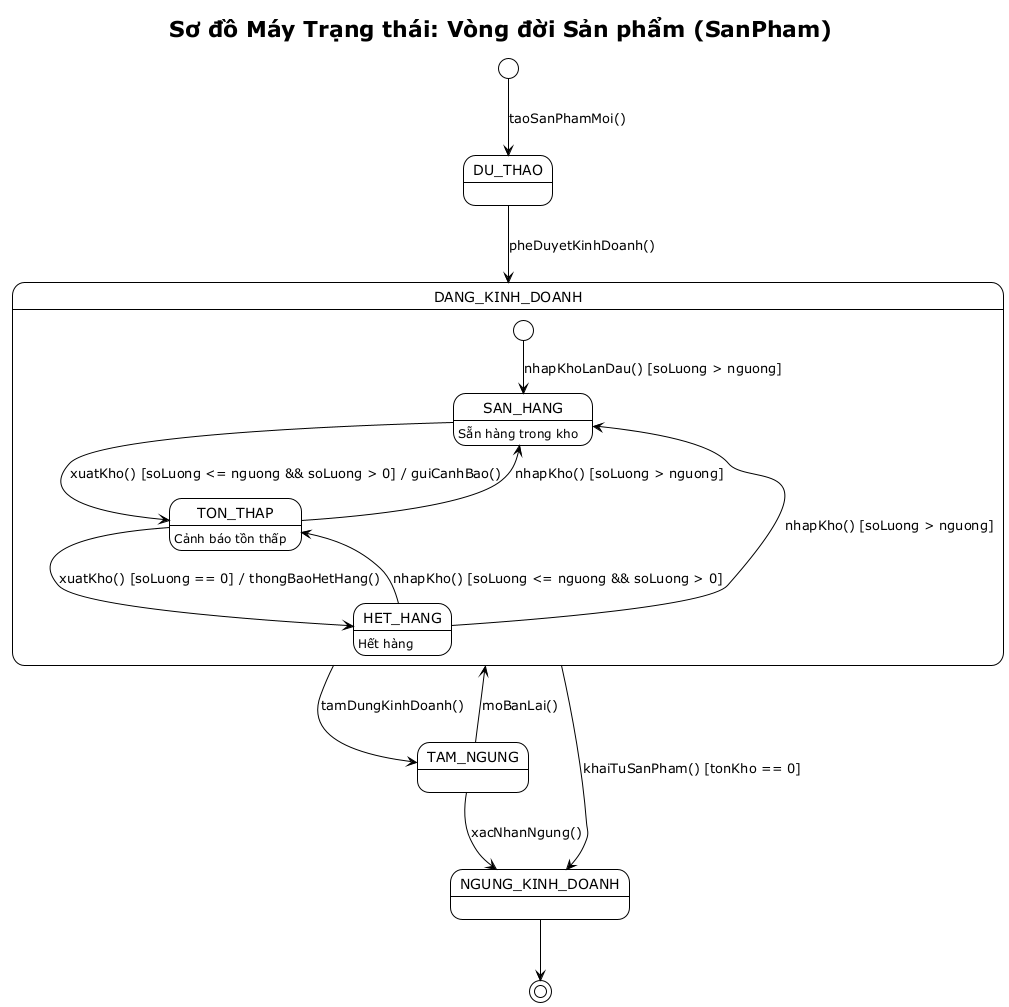
This is BTL-QuanLyKhoHang/diagrams/state-san-pham.png from vuhoabinh2416137/G8_Quanlysanphamvakhohang, a PlantUML export, as it was before one commit. Its diagram source:
```plantuml
@startuml state-san-pham
!theme plain
title Sơ đồ Máy Trạng thái: Vòng đời Sản phẩm (SanPham)

[*] --> DU_THAO : taoSanPhamMoi()

DU_THAO --> DANG_KINH_DOANH : pheDuyetKinhDoanh()

state DANG_KINH_DOANH {
    SAN_HANG : Sẵn hàng trong kho
    TON_THAP : Cảnh báo tồn thấp
    HET_HANG : Hết hàng

    [*] --> SAN_HANG : nhapKhoLanDau() [soLuong > nguong]

    SAN_HANG --> TON_THAP : xuatKho() [soLuong <= nguong && soLuong > 0] / guiCanhBao()
    TON_THAP --> SAN_HANG : nhapKho() [soLuong > nguong]

    TON_THAP --> HET_HANG : xuatKho() [soLuong == 0] / thongBaoHetHang()
    HET_HANG --> SAN_HANG : nhapKho() [soLuong > nguong]
    HET_HANG --> TON_THAP : nhapKho() [soLuong <= nguong && soLuong > 0]
}

DANG_KINH_DOANH --> TAM_NGUNG : tamDungKinhDoanh()
TAM_NGUNG --> DANG_KINH_DOANH : moBanLai()

DANG_KINH_DOANH --> NGUNG_KINH_DOANH : khaiTuSanPham() [tonKho == 0]
TAM_NGUNG --> NGUNG_KINH_DOANH : xacNhanNgung()

NGUNG_KINH_DOANH --> [*]
@enduml
```
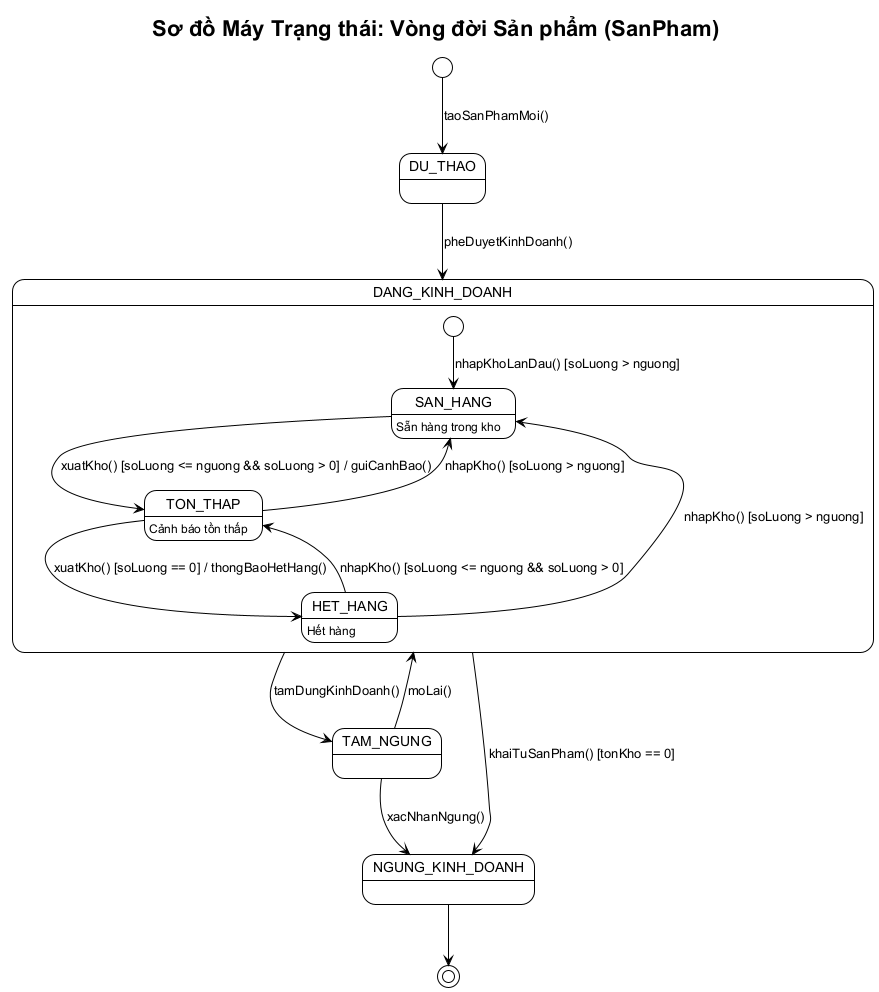
The same file after the commit.

The edit, as a diff of the source:
```diff
@@ -1,5 +1,6 @@
 @startuml state-san-pham
 !theme plain
+skinparam defaultFontName "Arial"
 title Sơ đồ Máy Trạng thái: Vòng đời Sản phẩm (SanPham)
 
 [*] --> DU_THAO : taoSanPhamMoi()
@@ -22,7 +23,7 @@
 }
 
 DANG_KINH_DOANH --> TAM_NGUNG : tamDungKinhDoanh()
-TAM_NGUNG --> DANG_KINH_DOANH : moBanLai()
+TAM_NGUNG --> DANG_KINH_DOANH : moLai()
 
 DANG_KINH_DOANH --> NGUNG_KINH_DOANH : khaiTuSanPham() [tonKho == 0]
 TAM_NGUNG --> NGUNG_KINH_DOANH : xacNhanNgung()
```
